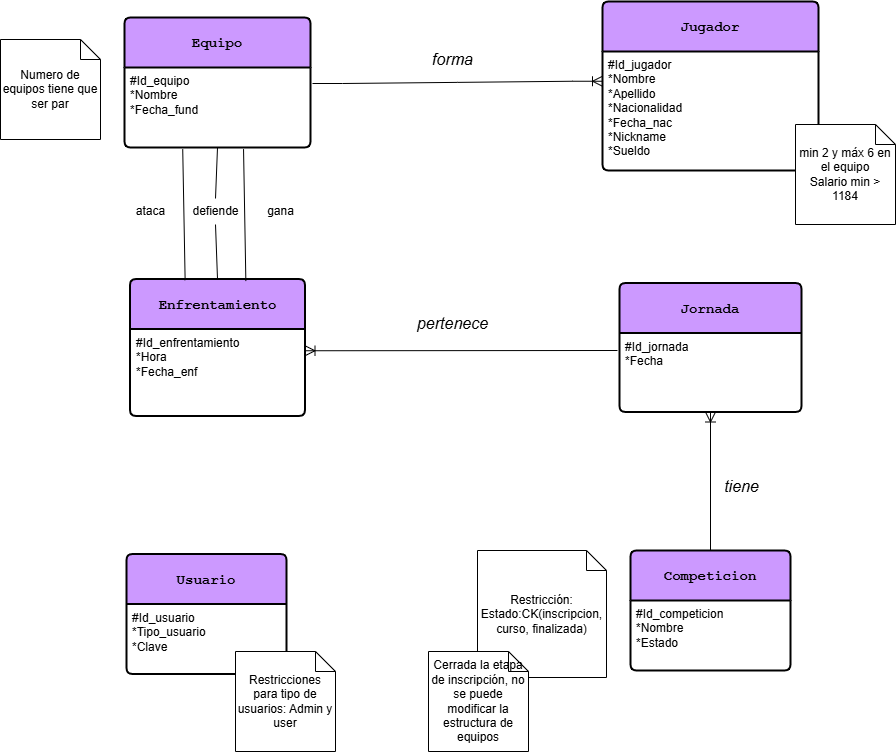
EquipoDFIID/Fase3 keeps this draw.io diagram as Base de datos/MER.png. Above is the earlier version. Source tidied: cells renumbered, new cells last; positions are measured from the earlier drawing's top-left corner, leaving out a move shared by most shapes.
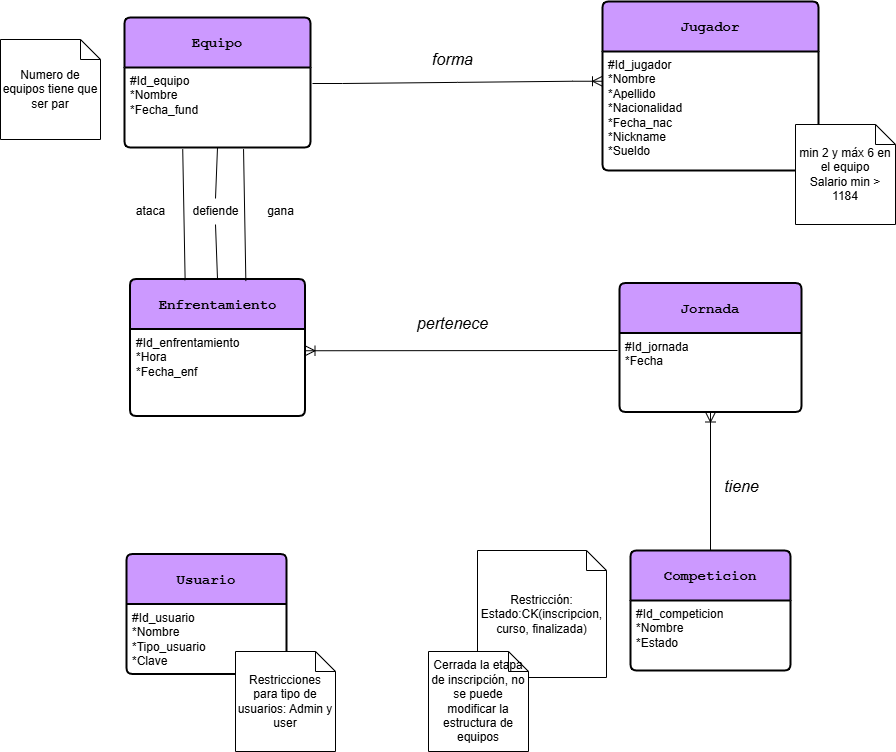
Above is the later version.

Diff of the diagram source:
```diff
@@ -90,7 +90,7 @@
     <mxCell id="29" value="&lt;font face=&quot;Courier New&quot;&gt;&lt;b&gt;Usuario&lt;/b&gt;&lt;/font&gt;" style="swimlane;horizontal=1;startSize=50;rounded=1;fontSize=14;fontStyle=0;strokeWidth=2;shadow=0;dashed=0;align=center;arcSize=4;whiteSpace=wrap;html=1;fillColor=#CC99FF;" parent="1" vertex="1">
       <mxGeometry x="126" y="552.5" width="160" height="120" as="geometry" />
     </mxCell>
-    <mxCell id="30" value="#Id_usuario&lt;br&gt;*Tipo_usuario&lt;br&gt;*Clave" style="align=left;strokeColor=none;fillColor=none;spacingLeft=4;spacingRight=4;fontSize=12;verticalAlign=top;html=1;whiteSpace=wrap;" parent="29" vertex="1">
+    <mxCell id="30" value="#Id_usuario&lt;div&gt;*Nombre&lt;br&gt;*Tipo_usuario&lt;br&gt;*Clave&lt;/div&gt;" style="align=left;strokeColor=none;fillColor=none;spacingLeft=4;spacingRight=4;fontSize=12;verticalAlign=top;html=1;whiteSpace=wrap;" parent="29" vertex="1">
       <mxGeometry y="50" width="160" height="70" as="geometry" />
     </mxCell>
     <mxCell id="31" value="Restricciones para tipo de usuarios: Admin y user" style="shape=note;size=20;whiteSpace=wrap;html=1;" parent="1" vertex="1">
```
